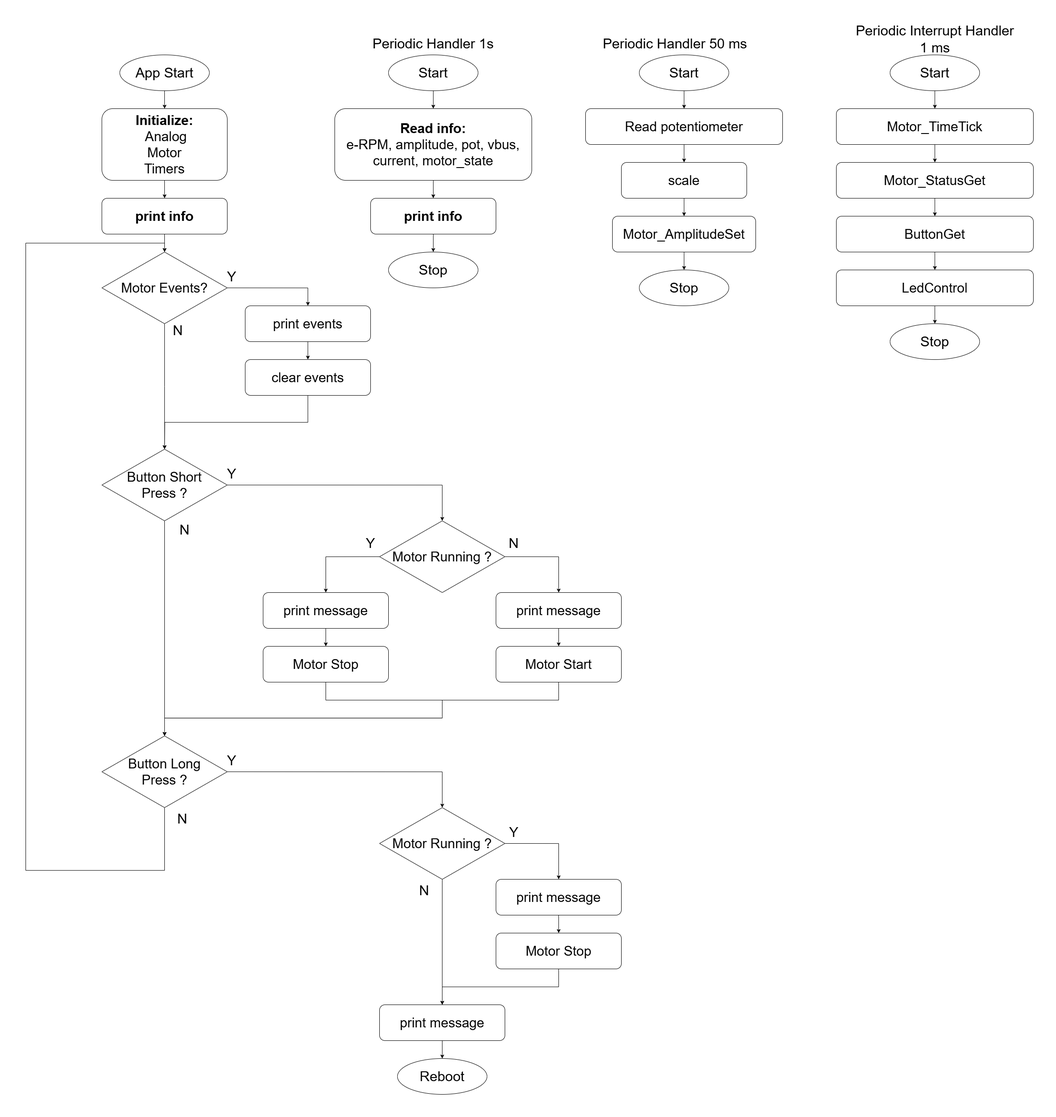
The draw.io diagram images/application_flowchart.png in microchip-pic-avr-examples/avr-motor-control-high-speed, before a commit. Source tidied: cells renumbered, new cells last; positions are measured from the earlier drawing's top-left corner, leaving out a move shared by most shapes.
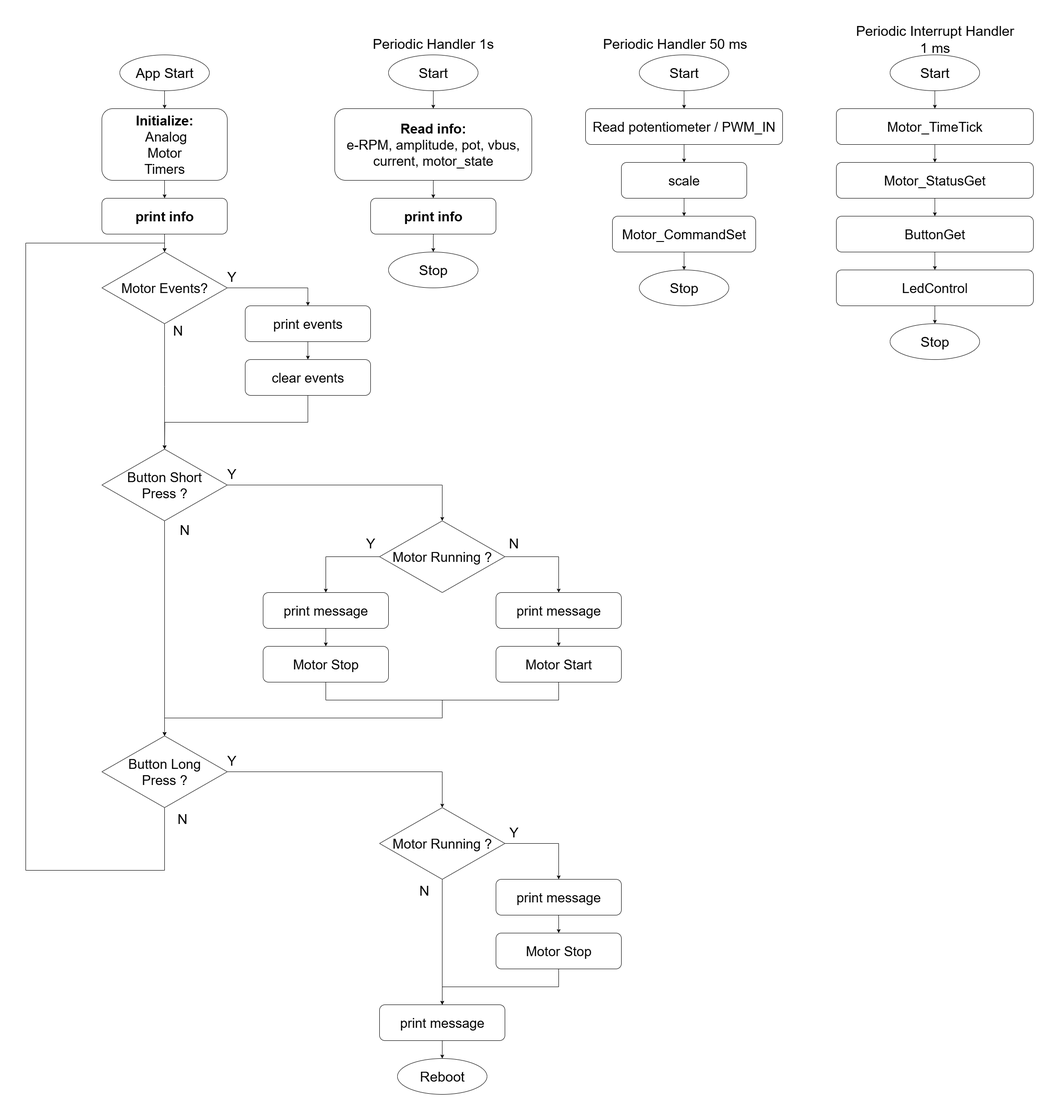
After the change.

What changed in the source:
```diff
@@ -50,7 +50,7 @@
     <mxCell id="17" style="edgeStyle=orthogonalEdgeStyle;rounded=0;jettySize=auto;html=1;exitX=0.5;exitY=1;exitDx=0;exitDy=0;entryX=0.5;entryY=0;entryDx=0;entryDy=0;" parent="1" edge="1" source="18" target="20">
       <mxGeometry relative="1" as="geometry" />
     </mxCell>
-    <mxCell id="18" value="&lt;span style=&quot;font-size: 30px;&quot;&gt;Read potentiometer&lt;/span&gt;" style="rounded=1;whiteSpace=wrap;html=1;" parent="1" vertex="1">
+    <mxCell id="18" value="&lt;span style=&quot;font-size: 30px;&quot;&gt;Read potentiometer / PWM_IN&lt;/span&gt;" style="rounded=1;whiteSpace=wrap;html=1;" parent="1" vertex="1">
       <mxGeometry x="1250" y="170" width="440" height="80" as="geometry" />
     </mxCell>
     <mxCell id="19" style="edgeStyle=orthogonalEdgeStyle;rounded=0;jettySize=auto;html=1;exitX=0.5;exitY=1;exitDx=0;exitDy=0;entryX=0.5;entryY=0;entryDx=0;entryDy=0;" parent="1" edge="1" source="20" target="23">
@@ -65,7 +65,7 @@
     <mxCell id="22" style="edgeStyle=orthogonalEdgeStyle;rounded=0;jettySize=auto;html=1;exitX=0.5;exitY=1;exitDx=0;exitDy=0;entryX=0.5;entryY=0;entryDx=0;entryDy=0;" parent="1" edge="1" source="23" target="21">
       <mxGeometry relative="1" as="geometry" />
     </mxCell>
-    <mxCell id="23" value="&lt;span style=&quot;font-size: 30px;&quot;&gt;Motor_AmplitudeSet&lt;/span&gt;" style="rounded=1;whiteSpace=wrap;html=1;" parent="1" vertex="1">
+    <mxCell id="23" value="&lt;span style=&quot;font-size: 30px;&quot;&gt;Motor_CommandSet&lt;/span&gt;" style="rounded=1;whiteSpace=wrap;html=1;" parent="1" vertex="1">
       <mxGeometry x="1310" y="410" width="320" height="80" as="geometry" />
     </mxCell>
     <mxCell id="24" style="edgeStyle=orthogonalEdgeStyle;rounded=0;jettySize=auto;html=1;exitX=0.5;exitY=1;exitDx=0;exitDy=0;entryX=0.5;entryY=0;entryDx=0;entryDy=0;" parent="1" edge="1" source="25" target="28">
```
